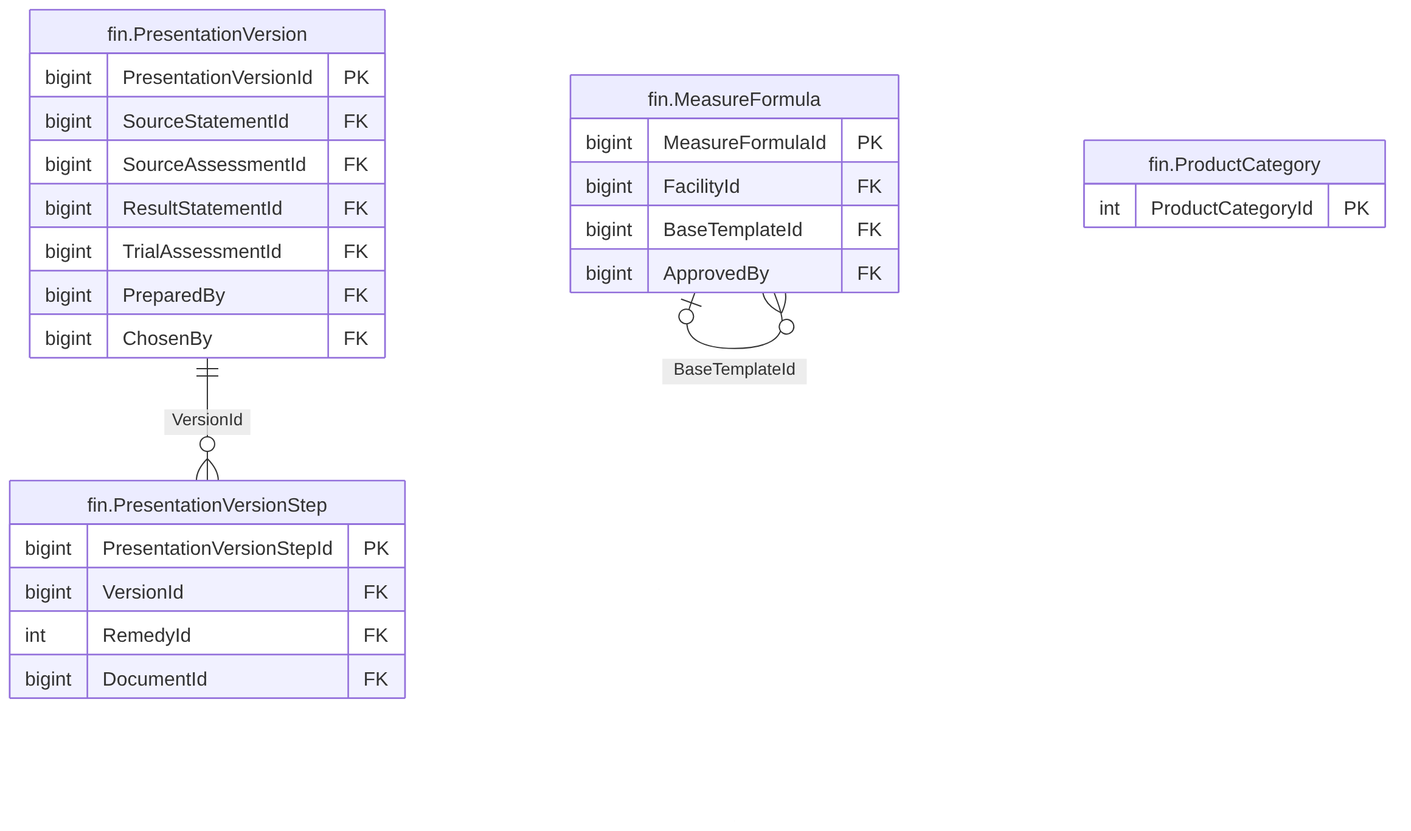
The Mermaid diagram treasury-platform/docs/diagrams/erd/m5_financials_9.png in thawrasy/smartlines, before a commit. Its source is kept beside it as treasury-platform/docs/diagrams/erd/m5_financials_9.mmd.
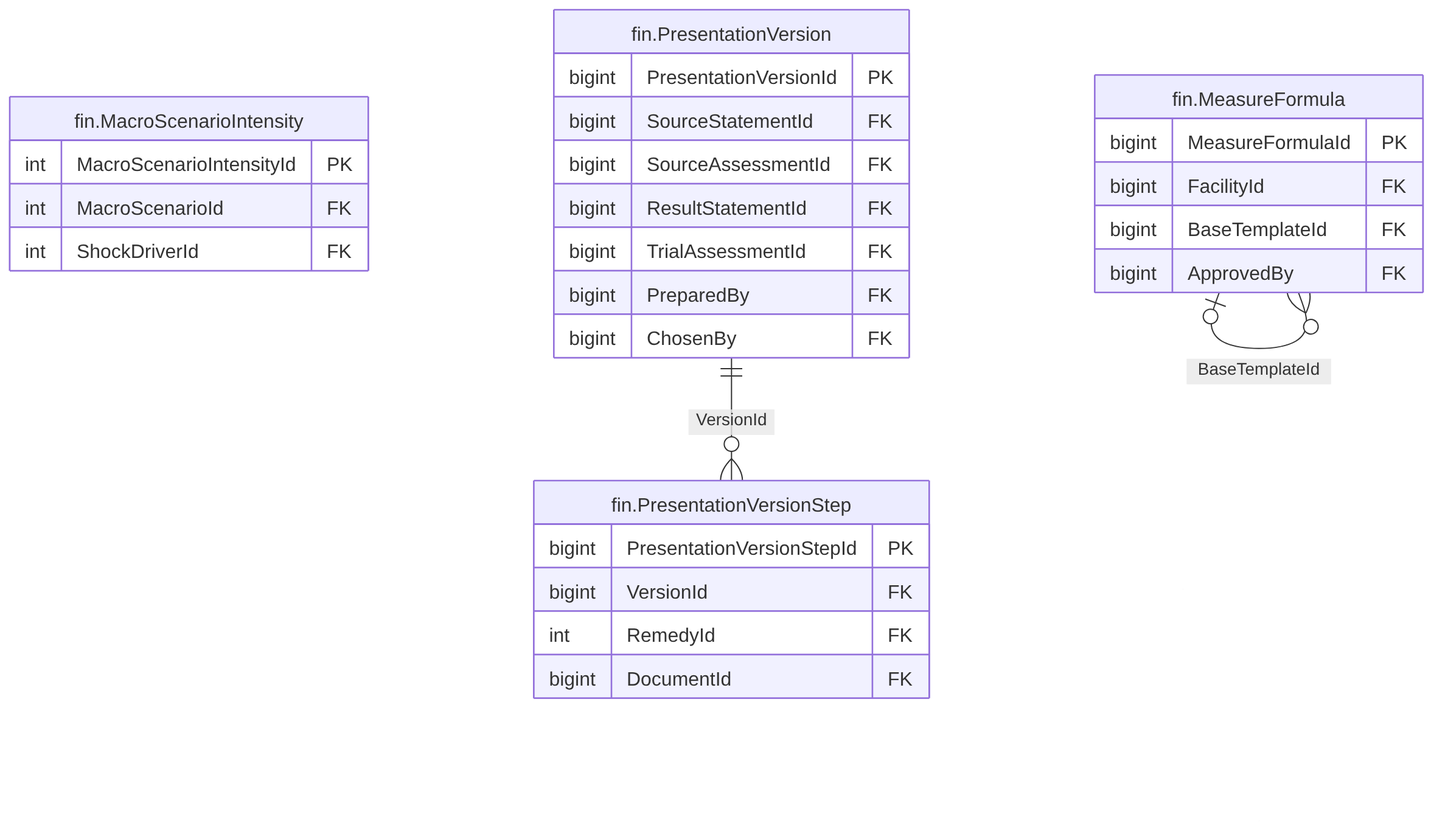
Later version of the same file.

What changed in the source:
```diff
@@ -1,4 +1,9 @@
 erDiagram
+  fin_MacroScenarioIntensity["fin.MacroScenarioIntensity"] {
+    int MacroScenarioIntensityId PK
+    int MacroScenarioId FK
+    int ShockDriverId FK
+  }
   fin_MeasureFormula["fin.MeasureFormula"] {
     bigint MeasureFormulaId PK
     bigint FacilityId FK
@@ -20,8 +25,5 @@
     int RemedyId FK
     bigint DocumentId FK
   }
-  fin_ProductCategory["fin.ProductCategory"] {
-    int ProductCategoryId PK
-  }
   fin_MeasureFormula |o--o{ fin_MeasureFormula : "BaseTemplateId"
   fin_PresentationVersion ||--o{ fin_PresentationVersionStep : "VersionId"
```
